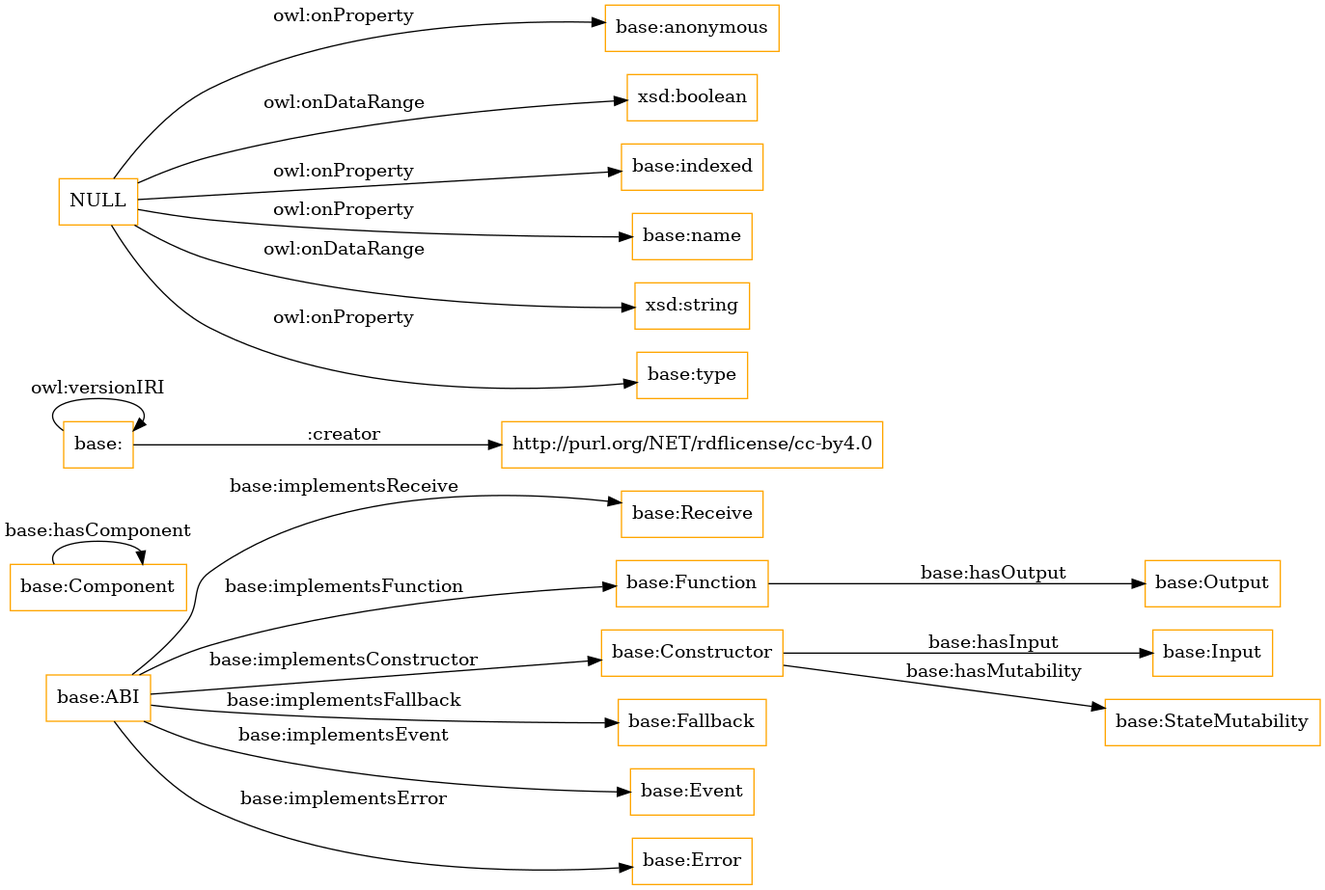
Above: OnToology/ABI-ontology.owl/diagrams/ar2dtool-class/ABI-ontology.owl.png in oeg-upm/Solidity-ABI-ontology (Graphviz), before the change. Its source is kept beside it as OnToology/ABI-ontology.owl/diagrams/ar2dtool-class/ABI-ontology.owl.png.dot. Source of this version:
```dot
digraph ar2dtool_diagram {
rankdir=LR;
size="1501"
node [shape = rectangle, color="orange"]; "base:ABI" "base:Receive" "base:Function" "base:Input" "base:Component" "base:Constructor" "base:Fallback" "base:StateMutability" "base:Event" "base:Error" "base:Output" ; /*classes style*/
	"base:" -> "http://purl.org/NET/rdflicense/cc-by4.0" [ label = ":creator" ];
	"base:" -> "base:" [ label = "owl:versionIRI" ];
	"NULL" -> "base:anonymous" [ label = "owl:onProperty" ];
	"NULL" -> "xsd:boolean" [ label = "owl:onDataRange" ];
	"NULL" -> "base:indexed" [ label = "owl:onProperty" ];
	"NULL" -> "base:name" [ label = "owl:onProperty" ];
	"NULL" -> "xsd:string" [ label = "owl:onDataRange" ];
	"NULL" -> "base:type" [ label = "owl:onProperty" ];
	"base:Component" -> "base:Component" [ label = "base:hasComponent" ];
	"base:ABI" -> "base:Error" [ label = "base:implementsError" ];
	"base:ABI" -> "base:Event" [ label = "base:implementsEvent" ];
	"base:ABI" -> "base:Fallback" [ label = "base:implementsFallback" ];
	"base:ABI" -> "base:Receive" [ label = "base:implementsReceive" ];
	"base:ABI" -> "base:Function" [ label = "base:implementsFunction" ];
	"base:Constructor" -> "base:Input" [ label = "base:hasInput" ];
	"base:ABI" -> "base:Constructor" [ label = "base:implementsConstructor" ];
	"base:Function" -> "base:Output" [ label = "base:hasOutput" ];
	"base:Constructor" -> "base:StateMutability" [ label = "base:hasMutability" ];

}
```
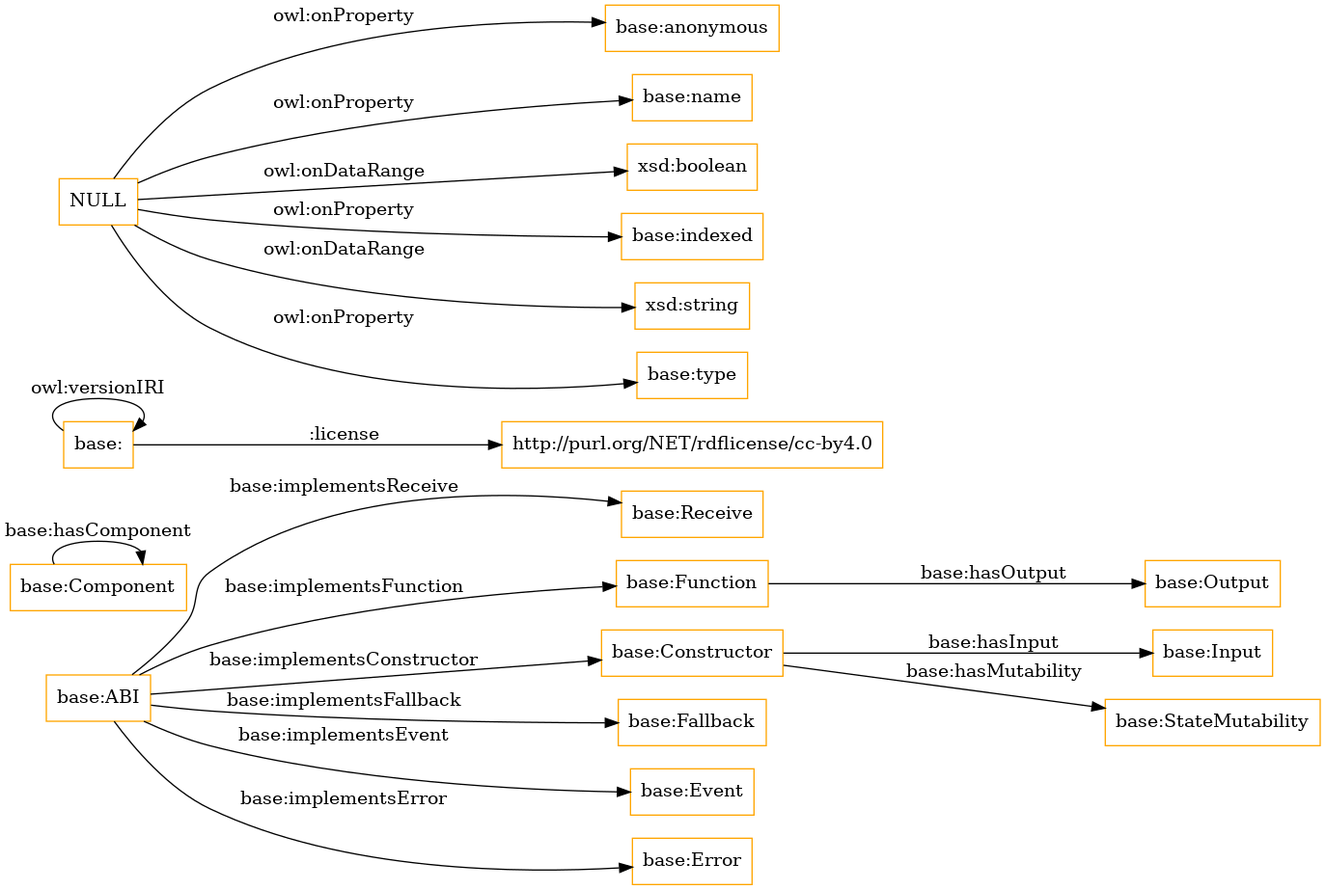
The same diagram one commit later.

Change to the diagram source:
```diff
@@ -2,12 +2,12 @@
 rankdir=LR;
 size="1501"
 node [shape = rectangle, color="orange"]; "base:ABI" "base:Receive" "base:Function" "base:Input" "base:Component" "base:Constructor" "base:Fallback" "base:StateMutability" "base:Event" "base:Error" "base:Output" ; /*classes style*/
-	"base:" -> "http://purl.org/NET/rdflicense/cc-by4.0" [ label = ":creator" ];
+	"base:" -> "http://purl.org/NET/rdflicense/cc-by4.0" [ label = ":license" ];
 	"base:" -> "base:" [ label = "owl:versionIRI" ];
 	"NULL" -> "base:anonymous" [ label = "owl:onProperty" ];
+	"NULL" -> "base:name" [ label = "owl:onProperty" ];
 	"NULL" -> "xsd:boolean" [ label = "owl:onDataRange" ];
 	"NULL" -> "base:indexed" [ label = "owl:onProperty" ];
-	"NULL" -> "base:name" [ label = "owl:onProperty" ];
 	"NULL" -> "xsd:string" [ label = "owl:onDataRange" ];
 	"NULL" -> "base:type" [ label = "owl:onProperty" ];
 	"base:Component" -> "base:Component" [ label = "base:hasComponent" ];
```
